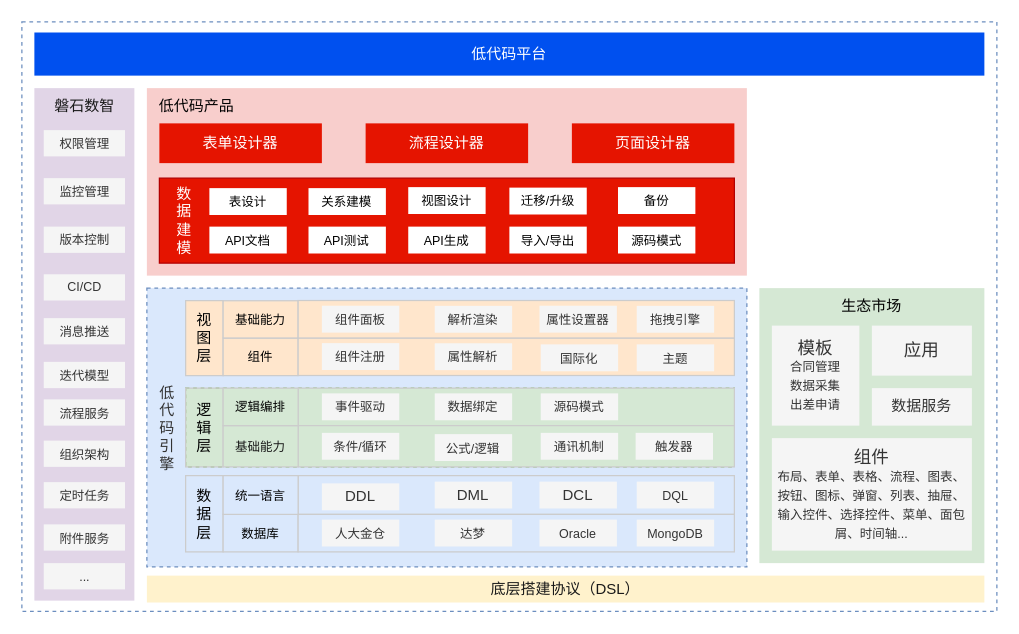
Before: 低代码—泳道图—研究内容.drawio in tangyaosimida/love, a draw.io diagram. Source tidied: cells renumbered, new cells numbered last; positions are measured from the earlier drawing's top-left corner, leaving out a move shared by most shapes. Both pictures are drawn from the tidied source at 125%, with x=0, y=0 at pixel (21, 21).
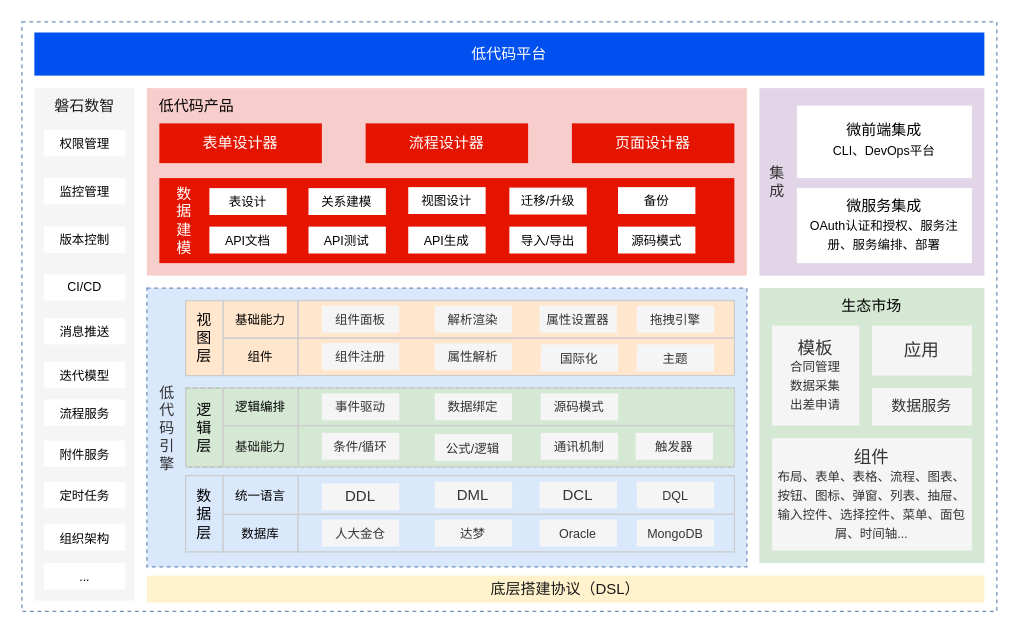
Above is the later version.

Commit message (it also covers changes not shown here):
更新低代码—泳道图—研究内容.drawio

The edit, as a diff of the source:
```diff
@@
-    <mxCell id="5" style="rounded=0;whiteSpace=wrap;html=1;strokeWidth=1;strokeColor=none;fillColor=#e1d5e7;" parent="1" vertex="1">
+    <mxCell id="5" style="rounded=0;whiteSpace=wrap;html=1;strokeWidth=1;strokeColor=none;fillColor=#f5f5f5;fontColor=#333333;" parent="1" vertex="1">
       <mxGeometry x="10" y="53" width="80" height="410" as="geometry" />
     </mxCell>
@@
-    <mxCell id="11" value="权限管理" style="rounded=0;whiteSpace=wrap;html=1;strokeColor=none;fillColor=#f5f5f5;fontColor=#333333;fontSize=10;" parent="1" vertex="1">
+    <mxCell id="11" value="权限管理" style="rounded=0;whiteSpace=wrap;html=1;fontSize=10;strokeColor=none;" parent="1" vertex="1">
       <mxGeometry x="17.5" y="86.6" width="65" height="21" as="geometry" />
     </mxCell>
-    <mxCell id="12" value="监控管理" style="rounded=0;whiteSpace=wrap;html=1;strokeColor=none;fillColor=#f5f5f5;fontColor=#333333;fontSize=10;" parent="1" vertex="1">
+    <mxCell id="12" value="监控管理" style="rounded=0;whiteSpace=wrap;html=1;fontSize=10;strokeColor=none;" parent="1" vertex="1">
       <mxGeometry x="17.5" y="125" width="65" height="21" as="geometry" />
     </mxCell>
-    <mxCell id="13" value="版本控制" style="rounded=0;whiteSpace=wrap;html=1;strokeColor=none;fillColor=#f5f5f5;fontColor=#333333;fontSize=10;" parent="1" vertex="1">
+    <mxCell id="13" value="版本控制" style="rounded=0;whiteSpace=wrap;html=1;fontSize=10;strokeColor=none;" parent="1" vertex="1">
       <mxGeometry x="17.5" y="163.8" width="65" height="21" as="geometry" />
     </mxCell>
-    <mxCell id="14" value="CI/CD" style="rounded=0;whiteSpace=wrap;html=1;strokeColor=none;fillColor=#f5f5f5;fontColor=#333333;fontSize=10;" parent="1" vertex="1">
+    <mxCell id="14" value="CI/CD" style="rounded=0;whiteSpace=wrap;html=1;fontSize=10;strokeColor=none;" parent="1" vertex="1">
       <mxGeometry x="17.5" y="201.9" width="65" height="21" as="geometry" />
     </mxCell>
-    <mxCell id="15" value="消息推送" style="rounded=0;whiteSpace=wrap;html=1;strokeColor=none;fillColor=#f5f5f5;fontColor=#333333;fontSize=10;" parent="1" vertex="1">
+    <mxCell id="15" value="消息推送" style="rounded=0;whiteSpace=wrap;html=1;fontSize=10;strokeColor=none;" parent="1" vertex="1">
       <mxGeometry x="17.5" y="237" width="65" height="21" as="geometry" />
     </mxCell>
-    <mxCell id="16" value="流程服务" style="rounded=0;whiteSpace=wrap;html=1;strokeColor=none;fillColor=#f5f5f5;fontColor=#333333;fontSize=10;" parent="1" vertex="1">
+    <mxCell id="16" value="流程服务" style="rounded=0;whiteSpace=wrap;html=1;fontSize=10;strokeColor=none;" parent="1" vertex="1">
       <mxGeometry x="17.5" y="302" width="65" height="21" as="geometry" />
     </mxCell>
-    <mxCell id="17" value="定时任务" style="rounded=0;whiteSpace=wrap;html=1;strokeColor=none;fillColor=#f5f5f5;fontColor=#333333;fontSize=10;" parent="1" vertex="1">
+    <mxCell id="17" value="定时任务" style="rounded=0;whiteSpace=wrap;html=1;fontSize=10;strokeColor=none;" parent="1" vertex="1">
       <mxGeometry x="17.5" y="368.2" width="65" height="21" as="geometry" />
     </mxCell>
-    <mxCell id="18" value="附件服务" style="rounded=0;whiteSpace=wrap;html=1;strokeColor=none;fillColor=#f5f5f5;fontColor=#333333;fontSize=10;" parent="1" vertex="1">
+    <mxCell id="18" value="组织架构" style="rounded=0;whiteSpace=wrap;html=1;fontSize=10;strokeColor=none;" parent="1" vertex="1">
       <mxGeometry x="17.5" y="402" width="65" height="21" as="geometry" />
     </mxCell>
-    <mxCell id="19" value="..." style="rounded=0;whiteSpace=wrap;html=1;strokeColor=none;fillColor=#f5f5f5;fontColor=#333333;fontSize=10;" parent="1" vertex="1">
+    <mxCell id="19" value="..." style="rounded=0;whiteSpace=wrap;html=1;fontSize=10;strokeColor=none;" parent="1" vertex="1">
       <mxGeometry x="17.5" y="433" width="65" height="21" as="geometry" />
     </mxCell>
@@
-    <mxCell id="68" style="rounded=0;whiteSpace=wrap;html=1;fillColor=#e51400;strokeColor=#B20000;fontColor=#ffffff;" parent="1" vertex="1">
+    <mxCell id="68" style="rounded=0;whiteSpace=wrap;html=1;fillColor=#e51400;strokeColor=none;fontColor=#ffffff;" parent="1" vertex="1">
       <mxGeometry x="110" y="125" width="460" height="68" as="geometry" />
     </mxCell>
@@
-    <mxCell id="80" value="迭代模型" style="rounded=0;whiteSpace=wrap;html=1;strokeColor=none;fillColor=#f5f5f5;fontColor=#333333;fontSize=10;" parent="1" vertex="1">
+    <mxCell id="80" value="迭代模型" style="rounded=0;whiteSpace=wrap;html=1;fontSize=10;strokeColor=none;" parent="1" vertex="1">
       <mxGeometry x="17.5" y="272" width="65" height="21" as="geometry" />
     </mxCell>
-    <mxCell id="81" value="组织架构" style="rounded=0;whiteSpace=wrap;html=1;strokeColor=none;fillColor=#f5f5f5;fontColor=#333333;fontSize=10;" parent="1" vertex="1">
+    <mxCell id="81" value="附件服务" style="rounded=0;whiteSpace=wrap;html=1;fontSize=10;strokeColor=none;" parent="1" vertex="1">
       <mxGeometry x="17.5" y="335" width="65" height="21" as="geometry" />
     </mxCell>
+    <mxCell id="82" style="rounded=0;whiteSpace=wrap;html=1;fillColor=#e1d5e7;strokeColor=none;" parent="1" vertex="1">
+      <mxGeometry x="590" y="53" width="180" height="150" as="geometry" />
+    </mxCell>
+    <mxCell id="83" value="&lt;font color=&quot;#333333&quot;&gt;集&lt;/font&gt;&lt;div&gt;&lt;font color=&quot;#333333&quot;&gt;成&lt;/font&gt;&lt;/div&gt;" style="text;html=1;align=center;verticalAlign=middle;whiteSpace=wrap;rounded=0;" parent="1" vertex="1">
+      <mxGeometry x="590" y="83.2" width="29" height="89.5" as="geometry" />
+    </mxCell>
+    <mxCell id="84" value="微前端集成&lt;div style=&quot;line-height: 150%;&quot;&gt;&lt;font style=&quot;font-size: 10px;&quot;&gt;CLI、DevOps平台&lt;/font&gt;&lt;/div&gt;" style="rounded=0;whiteSpace=wrap;html=1;strokeColor=none;" parent="1" vertex="1">
+      <mxGeometry x="620" y="67" width="140" height="58" as="geometry" />
+    </mxCell>
+    <mxCell id="85" value="微服务集&lt;font face=&quot;Helvetica&quot;&gt;成&lt;/font&gt;&lt;div style=&quot;line-height: 150%; font-size: 10px;&quot;&gt;&lt;font style=&quot;font-size: 10px;&quot; face=&quot;Helvetica&quot;&gt;&lt;span style=&quot;background: white;&quot; lang=&quot;EN-US&quot;&gt;OAuth&lt;/span&gt;&lt;span style=&quot;background: white;&quot;&gt;认证和授权、服务注册、服务编排、部署&lt;/span&gt;&lt;/font&gt;&lt;br&gt;&lt;/div&gt;" style="rounded=0;whiteSpace=wrap;html=1;strokeColor=none;" parent="1" vertex="1">
+      <mxGeometry x="620" y="133" width="140" height="60" as="geometry" />
+    </mxCell>
```
